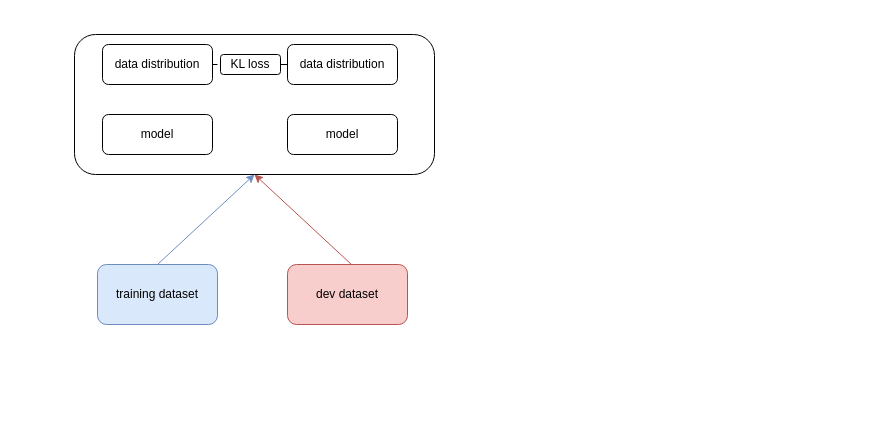
xinxinxing/R-Drop keeps this draw.io diagram as 未命名绘图.drawio. Above is the earlier version. Source tidied: cells renumbered, new cells numbered last; positions are measured from the earlier drawing's top-left corner, leaving out a move shared by most shapes. Both pictures are drawn from the tidied source at 100%, with x=0, y=0 at pixel (74, 34).
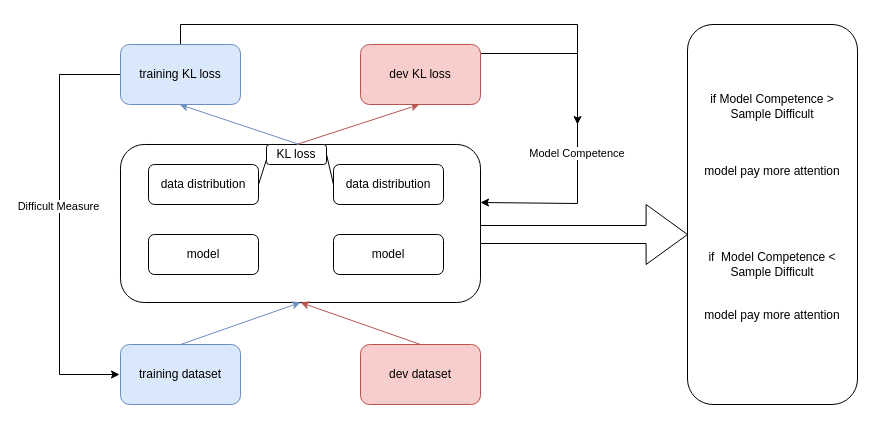
The same page after the edit.

Commit message (it also covers changes not shown here):
更新未命名绘图.drawio

Change to the diagram source:
```diff
@@
     <mxCell id="2" value="training dataset" style="rounded=1;whiteSpace=wrap;html=1;fillColor=#dae8fc;strokeColor=#6c8ebf;" parent="1" vertex="1">
-      <mxGeometry x="23" y="230" width="120" height="60" as="geometry" />
+      <mxGeometry x="46" y="310" width="120" height="60" as="geometry" />
     </mxCell>
     <mxCell id="3" value="dev dataset" style="rounded=1;whiteSpace=wrap;html=1;fillColor=#f8cecc;strokeColor=#b85450;" parent="1" vertex="1">
-      <mxGeometry x="213" y="230" width="120" height="60" as="geometry" />
+      <mxGeometry x="286" y="310" width="120" height="60" as="geometry" />
     </mxCell>
     <mxCell id="4" style="rounded=1;whiteSpace=wrap;html=1;" parent="1" vertex="1">
-      <mxGeometry width="360" height="140" as="geometry" />
+      <mxGeometry x="46" y="110" width="360" height="158" as="geometry" />
     </mxCell>
@@
-    <mxCell id="6" style="endArrow=classic;html=1;rounded=0;entryX=0.5;entryY=1;entryDx=0;entryDy=0;fillColor=#f8cecc;strokeColor=#b85450;" parent="1" edge="1" target="4">
-      <mxGeometry relative="1" as="geometry">
-        <mxPoint x="277" y="230" as="sourcePoint" />
-      </mxGeometry>
+    <mxCell id="6" style="endArrow=classic;html=1;rounded=0;entryX=0.5;entryY=1;entryDx=0;entryDy=0;fillColor=#f8cecc;strokeColor=#b85450;exitX=0.5;exitY=0;exitDx=0;exitDy=0;" parent="1" edge="1" source="3" target="4">
+      <mxGeometry relative="1" as="geometry" />
     </mxCell>
     <mxCell id="7" value="model" style="rounded=1;whiteSpace=wrap;html=1;" parent="1" vertex="1">
-      <mxGeometry x="28" y="80" width="110" height="40" as="geometry" />
+      <mxGeometry x="74" y="200" width="110" height="40" as="geometry" />
     </mxCell>
     <mxCell id="8" value="model" style="rounded=1;whiteSpace=wrap;html=1;" parent="1" vertex="1">
-      <mxGeometry x="213" y="80" width="110" height="40" as="geometry" />
+      <mxGeometry x="259" y="200" width="110" height="40" as="geometry" />
     </mxCell>
     <mxCell id="9" value="data distribution" style="rounded=1;whiteSpace=wrap;html=1;" parent="1" vertex="1">
-      <mxGeometry x="28" y="10" width="110" height="40" as="geometry" />
+      <mxGeometry x="74" y="130" width="110" height="40" as="geometry" />
     </mxCell>
     <mxCell id="10" value="data distribution" style="rounded=1;whiteSpace=wrap;html=1;" parent="1" vertex="1">
-      <mxGeometry x="213" y="10" width="110" height="40" as="geometry" />
+      <mxGeometry x="259" y="130" width="110" height="40" as="geometry" />
     </mxCell>
     <mxCell id="11" value="KL loss" style="rounded=1;whiteSpace=wrap;html=1;" parent="1" vertex="1">
-      <mxGeometry x="146" y="20" width="60" height="20" as="geometry" />
+      <mxGeometry x="192" y="110" width="60" height="20" as="geometry" />
     </mxCell>
-    <mxCell id="12" style="endArrow=none;html=1;rounded=0;exitX=1;exitY=0.5;exitDx=0;exitDy=0;" parent="1" edge="1" source="9">
-      <mxGeometry relative="1" as="geometry">
-        <mxPoint x="143" y="30" as="targetPoint" />
-      </mxGeometry>
+    <mxCell id="12" style="endArrow=none;html=1;rounded=0;exitX=1;exitY=0.5;exitDx=0;exitDy=0;entryX=0;entryY=0.75;entryDx=0;entryDy=0;" parent="1" edge="1" source="9" target="11">
+      <mxGeometry relative="1" as="geometry" />
     </mxCell>
-    <mxCell id="13" style="endArrow=none;html=1;rounded=0;exitX=1;exitY=0.5;exitDx=0;exitDy=0;" parent="1" edge="1" source="11">
-      <mxGeometry relative="1" as="geometry">
-        <mxPoint x="213" y="30" as="targetPoint" />
-      </mxGeometry>
+    <mxCell id="13" style="endArrow=none;html=1;rounded=0;exitX=1;exitY=0.5;exitDx=0;exitDy=0;entryX=0;entryY=0.5;entryDx=0;entryDy=0;" parent="1" edge="1" source="11" target="10">
+      <mxGeometry relative="1" as="geometry" />
     </mxCell>
+    <mxCell id="14" style="endArrow=classic;html=1;rounded=0;exitX=0.5;exitY=0;exitDx=0;exitDy=0;fillColor=#f8cecc;strokeColor=#b85450;" parent="1" edge="1" source="11">
+      <mxGeometry relative="1" as="geometry">
+        <mxPoint x="345" y="70" as="targetPoint" />
+      </mxGeometry>
+    </mxCell>
+    <mxCell id="15" style="endArrow=classic;html=1;rounded=0;fillColor=#dae8fc;strokeColor=#6c8ebf;" parent="1" edge="1">
+      <mxGeometry relative="1" as="geometry">
+        <mxPoint x="225" y="110" as="sourcePoint" />
+        <mxPoint x="105" y="70" as="targetPoint" />
+      </mxGeometry>
+    </mxCell>
+    <mxCell id="16" style="edgeStyle=orthogonalEdgeStyle;rounded=0;jettySize=auto;html=1;exitX=0;exitY=0.5;exitDx=0;exitDy=0;" parent="1" edge="1" source="19">
+      <mxGeometry relative="1" as="geometry">
+        <mxPoint x="45" y="340" as="targetPoint" />
+        <Array as="points">
+          <mxPoint x="-15" y="40" />
+          <mxPoint x="-15" y="340" />
+        </Array>
+      </mxGeometry>
+    </mxCell>
+    <mxCell id="17" value="Difficult Measure" style="edgeLabel;html=1;align=center;verticalAlign=middle;" parent="16" vertex="1">
+      <mxGeometry x="-0.09" y="-2" relative="1" as="geometry" />
+    </mxCell>
+    <mxCell id="18" style="edgeStyle=orthogonalEdgeStyle;rounded=0;jettySize=auto;html=1;exitX=0.5;exitY=0;exitDx=0;exitDy=0;" parent="1" edge="1" source="19">
+      <mxGeometry relative="1" as="geometry">
+        <mxPoint x="503" y="90" as="targetPoint" />
+        <Array as="points">
+          <mxPoint x="106" y="-10" />
+          <mxPoint x="503" y="-10" />
+        </Array>
+      </mxGeometry>
+    </mxCell>
+    <mxCell id="19" value="training KL loss" style="rounded=1;whiteSpace=wrap;html=1;fillColor=#dae8fc;strokeColor=#6c8ebf;" parent="1" vertex="1">
+      <mxGeometry x="46" y="10" width="120" height="60" as="geometry" />
+    </mxCell>
+    <mxCell id="20" style="edgeStyle=orthogonalEdgeStyle;rounded=0;orthogonalLoop=1;jettySize=auto;html=1;entryX=1;entryY=0.5;entryDx=0;entryDy=0;" parent="1" edge="1">
+      <mxGeometry relative="1" as="geometry">
+        <mxPoint x="406" y="19" as="sourcePoint" />
+        <mxPoint x="406" y="168" as="targetPoint" />
+        <Array as="points">
+          <mxPoint x="503" y="19" />
+          <mxPoint x="503" y="169" />
+        </Array>
+      </mxGeometry>
+    </mxCell>
+    <mxCell id="21" value="Model Competence&amp;nbsp;" style="edgeLabel;html=1;align=center;verticalAlign=middle;" parent="20" vertex="1">
+      <mxGeometry x="0.71" relative="1" as="geometry">
+        <mxPoint x="47" y="-50" as="offset" />
+      </mxGeometry>
+    </mxCell>
+    <mxCell id="22" value="dev KL loss" style="rounded=1;whiteSpace=wrap;html=1;fillColor=#f8cecc;strokeColor=#b85450;" parent="1" vertex="1">
+      <mxGeometry x="286" y="10" width="120" height="60" as="geometry" />
+    </mxCell>
+    <mxCell id="23" style="shape=singleArrow;whiteSpace=wrap;html=1;" parent="1" vertex="1">
+      <mxGeometry x="406" y="170" width="207" height="60" as="geometry" />
+    </mxCell>
+    <mxCell id="24" value="&lt;br&gt;if&amp;nbsp;Model Competence &amp;gt; &lt;br&gt;Sample Difficult&lt;br&gt;&lt;br&gt;&lt;br&gt;&lt;br&gt;model pay more attention&lt;br&gt;&lt;br&gt;&lt;br&gt;&lt;br&gt;&lt;br&gt;&lt;br&gt;if&amp;nbsp; Model Competence &amp;lt; Sample Difficult&lt;br&gt;&amp;nbsp;&lt;br&gt;&lt;br&gt;model pay more attention&lt;br style=&quot;border-color: var(--border-color);&quot;&gt;&lt;br&gt;&amp;nbsp;&lt;br&gt;" style="rounded=1;whiteSpace=wrap;html=1;" parent="1" vertex="1">
+      <mxGeometry x="613" y="-10" width="170" height="380" as="geometry" />
+    </mxCell>
```
